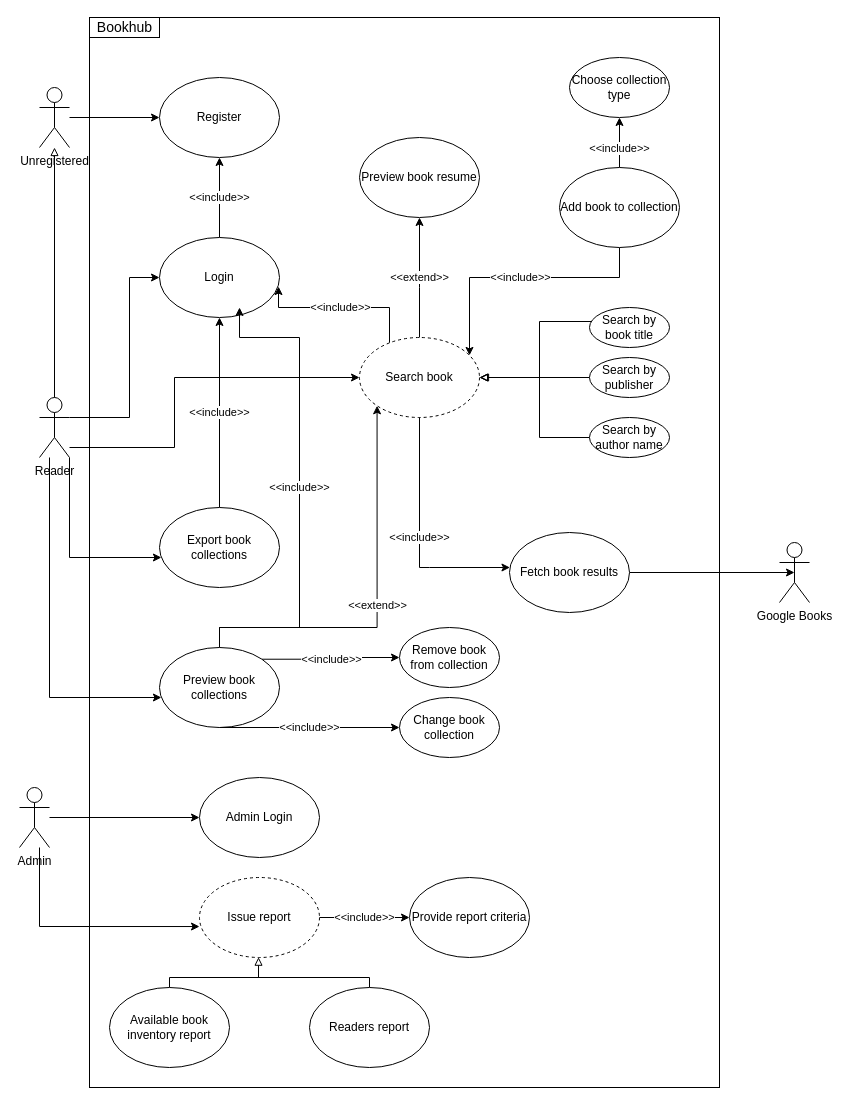
Before: page "project-use-case" (1 of 3) of project/hss-project-use-cases.drawio in ivanchuchulski/highly-secure-software, a draw.io diagram. Source tidied: cells renumbered, new cells numbered last; positions are measured from the earlier drawing's top-left corner, leaving out a move shared by most shapes. Both pictures are drawn from the tidied source at 100%, with x=0, y=0 at pixel (19, 17).
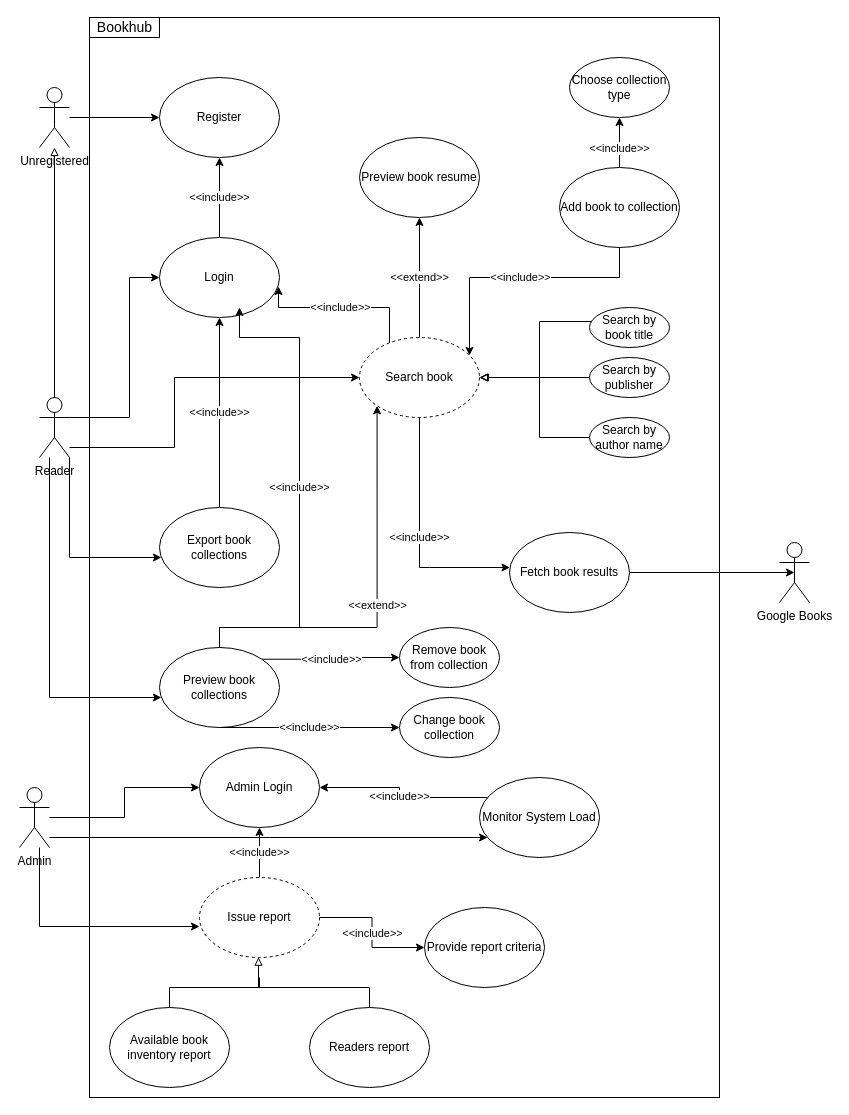
Above is the later version.

Unchanged cells that the change refers to:
```xml
<mxCell id="12" value="Admin" style="shape=umlActor;verticalLabelPosition=bottom;verticalAlign=top;html=1;outlineConnect=0;" parent="1" vertex="1">
  <mxGeometry y="770" width="30" height="60" as="geometry" />
</mxCell>
<mxCell id="15" value="Issue report" style="ellipse;whiteSpace=wrap;html=1;dashed=1;" parent="1" vertex="1">
  <mxGeometry x="180" y="860" width="120" height="80" as="geometry" />
</mxCell>
```

Change to the diagram source:
```diff
@@
     <mxCell id="2" style="rounded=0;whiteSpace=wrap;html=1;strokeColor=default;" parent="1" vertex="1">
-      <mxGeometry x="70" width="630" height="1070" as="geometry" />
+      <mxGeometry x="70" width="630" height="1080" as="geometry" />
     </mxCell>
@@
+    <mxCell id="54" style="edgeStyle=orthogonalEdgeStyle;rounded=0;jettySize=auto;html=1;" parent="1" edge="1" source="12" target="57">
+      <mxGeometry relative="1" as="geometry">
+        <Array as="points">
+          <mxPoint x="250" y="820" />
+          <mxPoint x="250" y="820" />
+        </Array>
+      </mxGeometry>
+    </mxCell>
@@
-    <mxCell id="14" style="edgeStyle=orthogonalEdgeStyle;rounded=0;jettySize=auto;html=1;endArrow=block;endFill=0;entryX=0.492;entryY=0.996;entryDx=0;entryDy=0;entryPerimeter=0;" parent="1" edge="1" source="22" target="15">
+    <mxCell id="14" style="edgeStyle=orthogonalEdgeStyle;rounded=0;jettySize=auto;html=1;endArrow=block;endFill=0;entryX=0.492;entryY=0.996;entryDx=0;entryDy=0;entryPerimeter=0;" parent="1" edge="1" target="15">
       <mxGeometry relative="1" as="geometry">
+        <mxPoint x="350" y="990" as="sourcePoint" />
         <Array as="points">
-          <mxPoint x="350" y="960" />
-          <mxPoint x="239" y="960" />
-          <mxPoint x="239" y="940" />
+          <mxPoint x="350" y="970" />
+          <mxPoint x="239" y="970" />
         </Array>
       </mxGeometry>
     </mxCell>
+    <mxCell id="55" value="&amp;lt;&amp;lt;include&amp;gt;&amp;gt;" style="edgeStyle=orthogonalEdgeStyle;rounded=0;jettySize=auto;html=1;" parent="1" edge="1" source="15" target="18">
+      <mxGeometry relative="1" as="geometry" />
+    </mxCell>
@@
     <mxCell id="16" value="Provide report criteria" style="ellipse;whiteSpace=wrap;html=1;" parent="1" vertex="1">
-      <mxGeometry x="390" y="860" width="120" height="80" as="geometry" />
+      <mxGeometry x="405" y="890" width="120" height="80" as="geometry" />
     </mxCell>
@@
     <mxCell id="18" value="Admin Login" style="ellipse;whiteSpace=wrap;html=1;" parent="1" vertex="1">
-      <mxGeometry x="180" y="760" width="120" height="80" as="geometry" />
+      <mxGeometry x="180" y="730" width="120" height="80" as="geometry" />
     </mxCell>
@@
     <mxCell id="20" style="edgeStyle=orthogonalEdgeStyle;rounded=0;jettySize=auto;html=1;endArrow=none;endFill=0;" parent="1" edge="1" source="21">
       <mxGeometry relative="1" as="geometry">
         <mxPoint x="240" y="960" as="targetPoint" />
         <Array as="points">
-          <mxPoint x="150" y="960" />
-          <mxPoint x="240" y="960" />
+          <mxPoint x="150" y="970" />
+          <mxPoint x="240" y="970" />
         </Array>
       </mxGeometry>
     </mxCell>
     <mxCell id="21" value="Available book inventory report" style="ellipse;whiteSpace=wrap;html=1;" parent="1" vertex="1">
-      <mxGeometry x="90" y="970" width="120" height="80" as="geometry" />
+      <mxGeometry x="90" y="990" width="120" height="80" as="geometry" />
     </mxCell>
     <mxCell id="22" value="Readers report" style="ellipse;whiteSpace=wrap;html=1;" parent="1" vertex="1">
-      <mxGeometry x="290" y="970" width="120" height="80" as="geometry" />
+      <mxGeometry x="290" y="990" width="120" height="80" as="geometry" />
     </mxCell>
@@
+    <mxCell id="56" value="&amp;lt;&amp;lt;include&amp;gt;&amp;gt;" style="edgeStyle=orthogonalEdgeStyle;rounded=0;jettySize=auto;html=1;" parent="1" edge="1" source="57" target="18">
+      <mxGeometry relative="1" as="geometry">
+        <Array as="points">
+          <mxPoint x="380" y="780" />
+          <mxPoint x="380" y="770" />
+        </Array>
+      </mxGeometry>
+    </mxCell>
+    <mxCell id="57" value="Monitor System Load" style="ellipse;whiteSpace=wrap;html=1;" parent="1" vertex="1">
+      <mxGeometry x="460" y="760" width="120" height="80" as="geometry" />
+    </mxCell>
```
